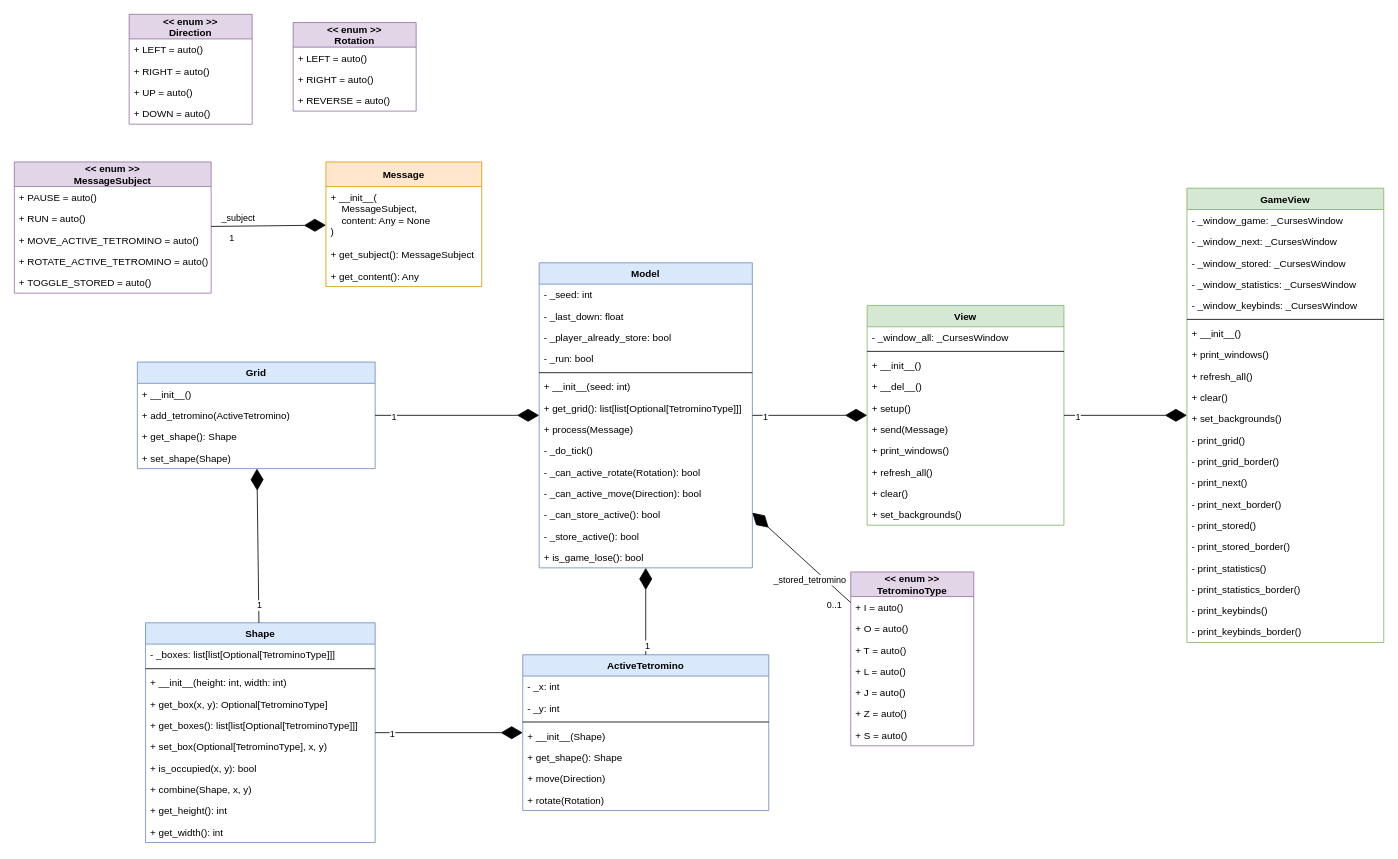
Above: information/class diagram.drawio in le-chartreux/Tertris (draw.io), before the change. Source tidied: cells renumbered, new cells numbered last; positions are measured from the earlier drawing's top-left corner, leaving out a move shared by most shapes. Both pictures are drawn from the tidied source at 82%, with x=0, y=0 at pixel (14, 14).
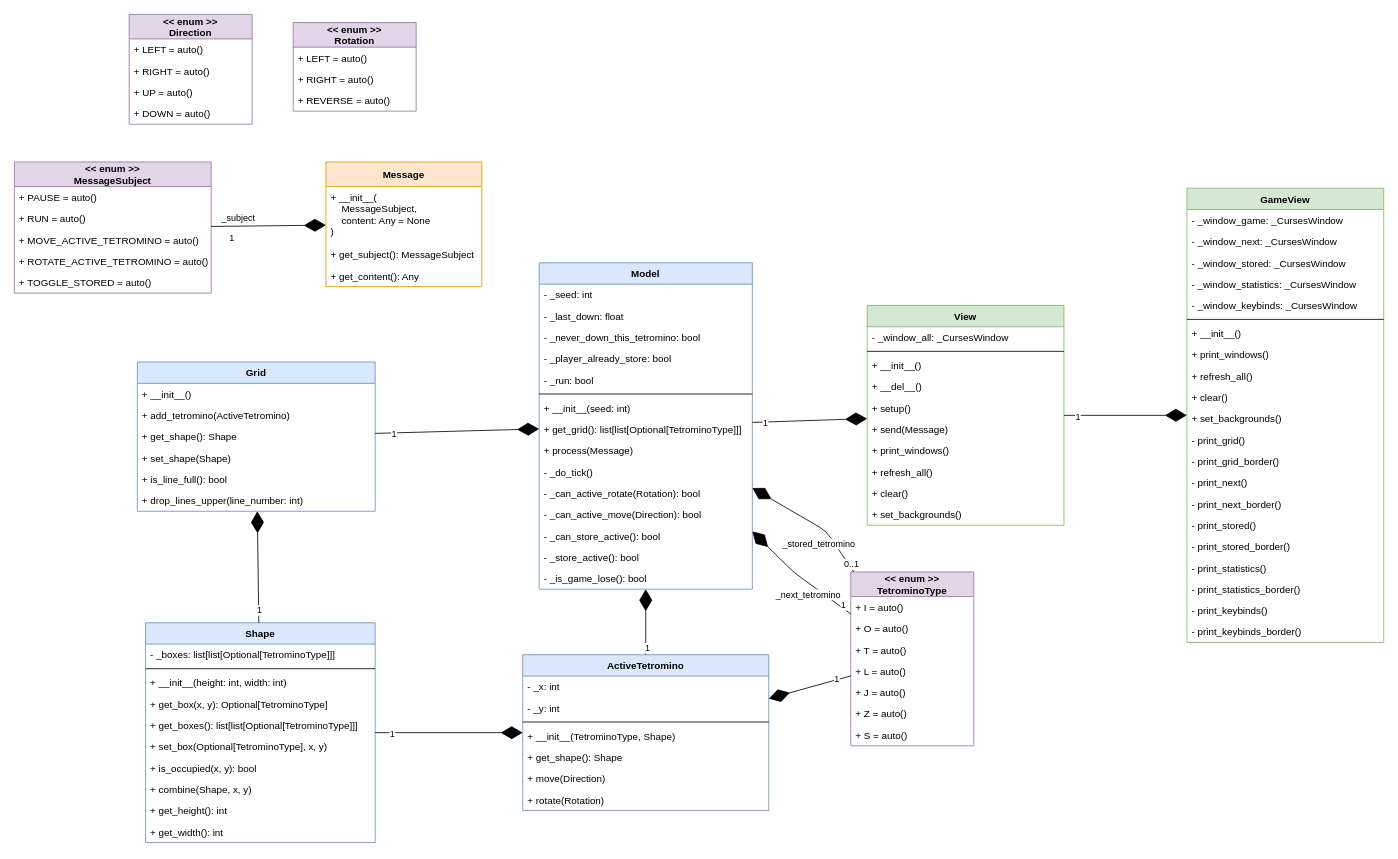
The same diagram, later.

The change refers to these unchanged cells:
```xml
<mxCell id="28" value="&lt;&lt; enum &gt;&gt;&#10;TetrominoType" style="swimlane;fontStyle=1;horizontal=1;startSize=30;fillColor=#e1d5e7;rounded=0;strokeColor=#9673a6;" parent="1" vertex="1">
  <mxGeometry x="1020" y="680" width="150" height="212" as="geometry" />
</mxCell>
<mxCell id="58" value="ActiveTetromino" style="swimlane;fontStyle=1;align=center;verticalAlign=top;horizontal=1;startSize=26;fillColor=#dae8fc;strokeColor=#6c8ebf;" parent="1" vertex="1">
  <mxGeometry x="620" y="781" width="300" height="190" as="geometry" />
</mxCell>
```

What changed in the source:
```diff
@@
     <mxCell id="2" value="Model" style="swimlane;fontStyle=1;align=center;verticalAlign=top;horizontal=1;startSize=26;fillColor=#dae8fc;strokeColor=#6c8ebf;" parent="1" vertex="1">
-      <mxGeometry x="640" y="303" width="260" height="372" as="geometry" />
+      <mxGeometry x="640" y="303" width="260" height="398" as="geometry" />
     </mxCell>
@@
+    <mxCell id="119" value="- _never_down_this_tetromino: bool" style="text;strokeColor=none;fillColor=none;align=left;verticalAlign=top;spacingLeft=4;spacingRight=4;overflow=hidden;" parent="2" vertex="1">
+      <mxGeometry y="78" width="260" height="26" as="geometry" />
+    </mxCell>
     <mxCell id="5" value="- _player_already_store: bool" style="text;strokeColor=none;fillColor=none;align=left;verticalAlign=top;spacingLeft=4;spacingRight=4;overflow=hidden;" parent="2" vertex="1">
-      <mxGeometry y="78" width="260" height="26" as="geometry" />
+      <mxGeometry y="104" width="260" height="26" as="geometry" />
     </mxCell>
     <mxCell id="6" value="- _run: bool" style="text;strokeColor=none;fillColor=none;align=left;verticalAlign=top;spacingLeft=4;spacingRight=4;overflow=hidden;" parent="2" vertex="1">
-      <mxGeometry y="104" width="260" height="26" as="geometry" />
+      <mxGeometry y="130" width="260" height="26" as="geometry" />
     </mxCell>
     <mxCell id="7" style="line;strokeWidth=1;fillColor=none;align=left;verticalAlign=middle;spacingTop=-1;spacingLeft=3;spacingRight=3;labelPosition=right;" parent="2" vertex="1">
-      <mxGeometry y="130" width="260" height="8" as="geometry" />
+      <mxGeometry y="156" width="260" height="8" as="geometry" />
     </mxCell>
     <mxCell id="8" value="+ __init__(seed: int)" style="text;strokeColor=none;fillColor=none;align=left;verticalAlign=top;spacingLeft=4;spacingRight=4;overflow=hidden;" parent="2" vertex="1">
-      <mxGeometry y="138" width="260" height="26" as="geometry" />
+      <mxGeometry y="164" width="260" height="26" as="geometry" />
     </mxCell>
     <mxCell id="9" value="+ get_grid(): list[list[Optional[TetrominoType]]]" style="text;strokeColor=none;fillColor=none;align=left;verticalAlign=top;spacingLeft=4;spacingRight=4;overflow=hidden;" parent="2" vertex="1">
-      <mxGeometry y="164" width="260" height="26" as="geometry" />
+      <mxGeometry y="190" width="260" height="26" as="geometry" />
     </mxCell>
     <mxCell id="10" value="+ process(Message)" style="text;strokeColor=none;fillColor=none;align=left;verticalAlign=top;spacingLeft=4;spacingRight=4;overflow=hidden;" parent="2" vertex="1">
-      <mxGeometry y="190" width="260" height="26" as="geometry" />
+      <mxGeometry y="216" width="260" height="26" as="geometry" />
     </mxCell>
     <mxCell id="11" value="- _do_tick()" style="text;strokeColor=none;fillColor=none;align=left;verticalAlign=top;spacingLeft=4;spacingRight=4;overflow=hidden;" parent="2" vertex="1">
-      <mxGeometry y="216" width="260" height="26" as="geometry" />
+      <mxGeometry y="242" width="260" height="26" as="geometry" />
     </mxCell>
     <mxCell id="12" value="- _can_active_rotate(Rotation): bool" style="text;strokeColor=none;fillColor=none;align=left;verticalAlign=top;spacingLeft=4;spacingRight=4;overflow=hidden;" parent="2" vertex="1">
-      <mxGeometry y="242" width="260" height="26" as="geometry" />
+      <mxGeometry y="268" width="260" height="26" as="geometry" />
     </mxCell>
     <mxCell id="13" value="- _can_active_move(Direction): bool" style="text;strokeColor=none;fillColor=none;align=left;verticalAlign=top;spacingLeft=4;spacingRight=4;overflow=hidden;" parent="2" vertex="1">
-      <mxGeometry y="268" width="260" height="26" as="geometry" />
+      <mxGeometry y="294" width="260" height="26" as="geometry" />
     </mxCell>
     <mxCell id="14" value="- _can_store_active(): bool" style="text;strokeColor=none;fillColor=none;align=left;verticalAlign=top;spacingLeft=4;spacingRight=4;overflow=hidden;" parent="2" vertex="1">
-      <mxGeometry y="294" width="260" height="26" as="geometry" />
+      <mxGeometry y="320" width="260" height="26" as="geometry" />
     </mxCell>
     <mxCell id="15" value="- _store_active(): bool" style="text;strokeColor=none;fillColor=none;align=left;verticalAlign=top;spacingLeft=4;spacingRight=4;overflow=hidden;" parent="2" vertex="1">
-      <mxGeometry y="320" width="260" height="26" as="geometry" />
+      <mxGeometry y="346" width="260" height="26" as="geometry" />
     </mxCell>
-    <mxCell id="16" value="+ is_game_lose(): bool" style="text;strokeColor=none;fillColor=none;align=left;verticalAlign=top;spacingLeft=4;spacingRight=4;overflow=hidden;" parent="2" vertex="1">
-      <mxGeometry y="346" width="260" height="26" as="geometry" />
+    <mxCell id="16" value="- _is_game_lose(): bool" style="text;strokeColor=none;fillColor=none;align=left;verticalAlign=top;spacingLeft=4;spacingRight=4;overflow=hidden;" parent="2" vertex="1">
+      <mxGeometry y="372" width="260" height="26" as="geometry" />
     </mxCell>
@@
     <mxCell id="51" value="Grid" style="swimlane;fontStyle=1;align=center;verticalAlign=top;horizontal=1;startSize=26;fillColor=#dae8fc;strokeColor=#6c8ebf;" parent="1" vertex="1">
-      <mxGeometry x="150" y="424" width="290" height="130" as="geometry" />
+      <mxGeometry x="150" y="424" width="290" height="182" as="geometry" />
     </mxCell>
@@
+    <mxCell id="120" value="+ is_line_full(): bool" style="text;strokeColor=none;fillColor=none;align=left;verticalAlign=top;spacingLeft=4;spacingRight=4;overflow=hidden;" parent="51" vertex="1">
+      <mxGeometry y="130" width="290" height="26" as="geometry" />
+    </mxCell>
+    <mxCell id="121" value="+ drop_lines_upper(line_number: int)" style="text;strokeColor=none;fillColor=none;align=left;verticalAlign=top;spacingLeft=4;spacingRight=4;overflow=hidden;" parent="51" vertex="1">
+      <mxGeometry y="156" width="290" height="26" as="geometry" />
+    </mxCell>
@@
-    <mxCell id="62" value="+ __init__(Shape)" style="text;strokeColor=none;fillColor=none;align=left;verticalAlign=top;spacingLeft=4;spacingRight=4;overflow=hidden;" parent="58" vertex="1">
+    <mxCell id="62" value="+ __init__(TetrominoType, Shape)" style="text;strokeColor=none;fillColor=none;align=left;verticalAlign=top;spacingLeft=4;spacingRight=4;overflow=hidden;" parent="58" vertex="1">
       <mxGeometry y="86" width="300" height="26" as="geometry" />
     </mxCell>
@@
     <mxCell id="68" style="endArrow=diamondThin;endFill=1;endSize=24;html=1;" parent="1" edge="1" source="28" target="2">
-      <mxGeometry relative="1" as="geometry" />
+      <mxGeometry relative="1" as="geometry">
+        <Array as="points">
+          <mxPoint x="990" y="630" />
+        </Array>
+      </mxGeometry>
     </mxCell>
     <mxCell id="69" value="0..1" style="edgeLabel;html=1;align=center;verticalAlign=middle;" parent="68" vertex="1">
       <mxGeometry x="-0.78" y="-1" relative="1" as="geometry">
-        <mxPoint x="-7.4" y="15.4" as="offset" />
+        <mxPoint x="5.6" y="5.6" as="offset" />
       </mxGeometry>
     </mxCell>
@@
+    <mxCell id="122" style="endArrow=diamondThin;endFill=1;endSize=24;html=1;" parent="1" edge="1" source="28" target="58">
+      <mxGeometry relative="1" as="geometry" />
+    </mxCell>
+    <mxCell id="123" value="1" style="edgeLabel;html=1;align=center;verticalAlign=middle;" parent="122" vertex="1">
+      <mxGeometry x="-0.66" y="-1" relative="1" as="geometry" />
+    </mxCell>
+    <mxCell id="124" style="endArrow=diamondThin;endFill=1;endSize=24;html=1;" parent="1" edge="1" source="28" target="2">
+      <mxGeometry relative="1" as="geometry">
+        <Array as="points">
+          <mxPoint x="950" y="680" />
+        </Array>
+      </mxGeometry>
+    </mxCell>
+    <mxCell id="125" value="1" style="edgeLabel;html=1;align=center;verticalAlign=middle;" parent="124" vertex="1">
+      <mxGeometry x="-0.78" y="-1" relative="1" as="geometry">
+        <mxPoint x="3.2" y="-0.3" as="offset" />
+      </mxGeometry>
+    </mxCell>
+    <mxCell id="126" value="_next_tetromino" style="edgeLabel;html=1;align=center;verticalAlign=middle;" parent="124" vertex="1">
+      <mxGeometry x="-0.47" y="-1" relative="1" as="geometry">
+        <mxPoint x="-19.1" y="2.1" as="offset" />
+      </mxGeometry>
+    </mxCell>
```
